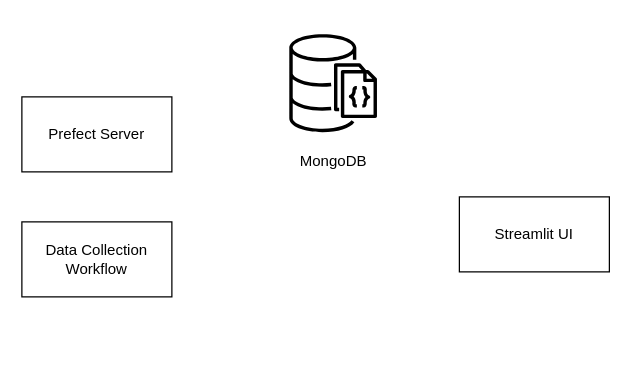
mpmX/spacex_launch_tracker keeps this draw.io diagram as docs/architecture.drawio. Above is the earlier version. Source tidied: cells renumbered, new cells numbered last; positions are measured from the earlier drawing's top-left corner, leaving out a move shared by most shapes. Both pictures are drawn from the tidied source at 125%, with x=0, y=0 at pixel (21, 21).
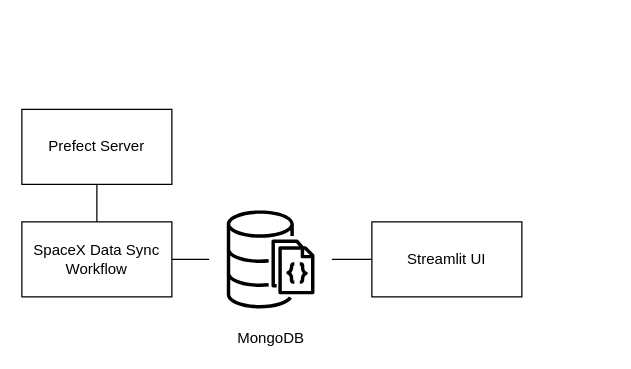
After the change.

What changed in the source:
```diff
@@
 <mxGraphModel>
   <root>
     <mxCell id="0" />
     <mxCell id="1" parent="0" />
+    <mxCell id="6" style="edgeStyle=none;html=1;exitX=0.5;exitY=1;exitDx=0;exitDy=0;endArrow=none;endFill=0;" parent="1" edge="1" source="2" target="3">
+      <mxGeometry relative="1" as="geometry" />
+    </mxCell>
     <mxCell id="2" value="Prefect Server" style="rounded=0;whiteSpace=wrap;html=1;" parent="1" vertex="1">
-      <mxGeometry y="60" width="120" height="60" as="geometry" />
+      <mxGeometry y="70" width="120" height="60" as="geometry" />
     </mxCell>
+    <mxCell id="7" style="edgeStyle=none;html=1;exitX=1;exitY=0.5;exitDx=0;exitDy=0;endArrow=none;endFill=0;" parent="1" edge="1" source="3" target="4">
+      <mxGeometry relative="1" as="geometry" />
+    </mxCell>
-    <mxCell id="3" value="Data Collection Workflow" style="rounded=0;whiteSpace=wrap;html=1;" parent="1" vertex="1">
+    <mxCell id="3" value="SpaceX Data Sync Workflow" style="rounded=0;whiteSpace=wrap;html=1;" parent="1" vertex="1">
       <mxGeometry y="160" width="120" height="60" as="geometry" />
     </mxCell>
     <mxCell id="4" value="MongoDB" style="sketch=0;points=[[0,0,0],[0.25,0,0],[0.5,0,0],[0.75,0,0],[1,0,0],[0,1,0],[0.25,1,0],[0.5,1,0],[0.75,1,0],[1,1,0],[0,0.25,0],[0,0.5,0],[0,0.75,0],[1,0.25,0],[1,0.5,0],[1,0.75,0]];outlineConnect=0;dashed=0;verticalLabelPosition=bottom;verticalAlign=top;align=center;html=1;fontSize=12;fontStyle=0;shape=mxgraph.aws4.resourceIcon;resIcon=mxgraph.aws4.documentdb_with_mongodb_compatibility;" parent="1" vertex="1">
-      <mxGeometry x="200" width="98" height="98" as="geometry" />
+      <mxGeometry x="150" y="141" width="98" height="98" as="geometry" />
     </mxCell>
+    <mxCell id="8" style="edgeStyle=none;html=1;exitX=0;exitY=0.5;exitDx=0;exitDy=0;endArrow=none;endFill=0;" parent="1" edge="1" source="5" target="4">
+      <mxGeometry relative="1" as="geometry" />
+    </mxCell>
     <mxCell id="5" value="Streamlit UI" style="rounded=0;whiteSpace=wrap;html=1;" parent="1" vertex="1">
-      <mxGeometry x="350" y="140" width="120" height="60" as="geometry" />
+      <mxGeometry x="280" y="160" width="120" height="60" as="geometry" />
     </mxCell>
   </root>
 </mxGraphModel>
```
